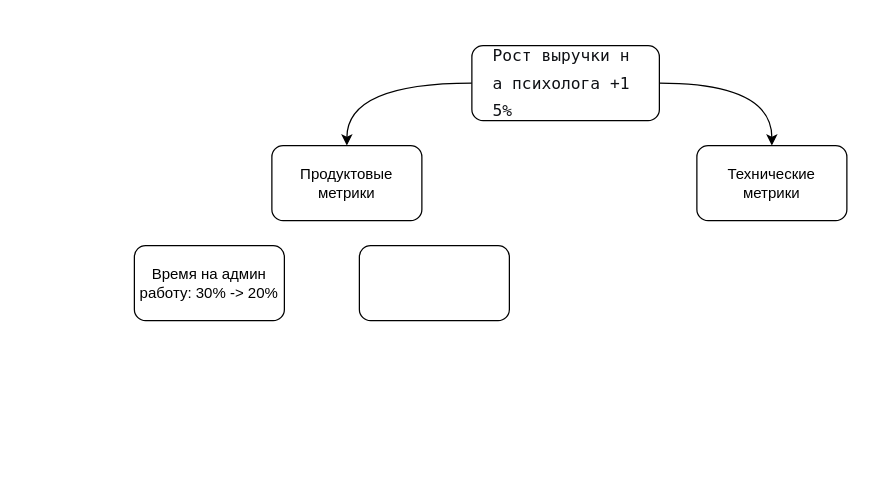
danaddi/draw.io keeps this draw.io diagram as aiboost.drawio. Above is the earlier version. Source tidied: cells renumbered, new cells numbered last; positions are measured from the earlier drawing's top-left corner, leaving out a move shared by most shapes. Both pictures are drawn from the tidied source at 125%, with x=0, y=0 at pixel (134, 45).
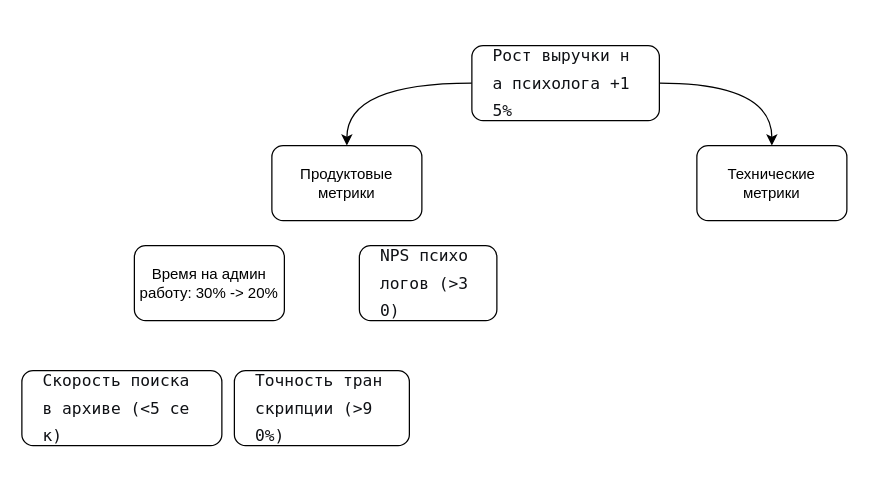
After the change.

Change to the diagram source:
```diff
@@
 <mxGraphModel>
   <root>
     <mxCell id="0" />
     <mxCell id="1" parent="0" />
     <mxCell id="2" style="edgeStyle=orthogonalEdgeStyle;rounded=0;jettySize=auto;html=1;entryX=0.5;entryY=0;entryDx=0;entryDy=0;curved=1;" parent="1" edge="1" source="4" target="5">
       <mxGeometry relative="1" as="geometry" />
     </mxCell>
     <mxCell id="3" style="edgeStyle=orthogonalEdgeStyle;rounded=0;jettySize=auto;html=1;entryX=0.5;entryY=0;entryDx=0;entryDy=0;curved=1;" parent="1" edge="1" source="4" target="6">
       <mxGeometry relative="1" as="geometry" />
     </mxCell>
     <mxCell id="4" value="&lt;pre style=&quot;font-variant-numeric: normal; font-variant-east-asian: normal; font-variant-alternates: normal; font-size-adjust: none; font-kerning: auto; font-optical-sizing: auto; font-feature-settings: normal; font-variation-settings: normal; font-variant-position: normal; font-variant-emoji: normal; font-stretch: normal; font-size: 13px; line-height: 22px; font-family: Menlo, Monaco, Consolas, &amp;quot;Cascadia Mono&amp;quot;, &amp;quot;Ubuntu Mono&amp;quot;, &amp;quot;DejaVu Sans Mono&amp;quot;, &amp;quot;Liberation Mono&amp;quot;, &amp;quot;JetBrains Mono&amp;quot;, &amp;quot;Fira Code&amp;quot;, Cousine, &amp;quot;Roboto Mono&amp;quot;, &amp;quot;Courier New&amp;quot;, Courier, sans-serif, system-ui; overflow: auto; text-wrap-mode: wrap; word-break: break-all; padding: 16px; color: rgb(15, 17, 21); text-align: start; margin: 0px !important;&quot;&gt;Рост выручки на психолога +15%&lt;/pre&gt;" style="rounded=1;whiteSpace=wrap;html=1;" parent="1" vertex="1">
       <mxGeometry x="270" width="150" height="60" as="geometry" />
     </mxCell>
     <mxCell id="5" value="Продуктовые метрики" style="rounded=1;whiteSpace=wrap;html=1;" parent="1" vertex="1">
       <mxGeometry x="110" y="80" width="120" height="60" as="geometry" />
     </mxCell>
     <mxCell id="6" value="Технические метрики" style="rounded=1;whiteSpace=wrap;html=1;" parent="1" vertex="1">
       <mxGeometry x="450" y="80" width="120" height="60" as="geometry" />
     </mxCell>
     <mxCell id="7" value="Время на админ работу: 30% -&amp;gt; 20%" style="rounded=1;whiteSpace=wrap;html=1;" parent="1" vertex="1">
       <mxGeometry y="160" width="120" height="60" as="geometry" />
     </mxCell>
-    <mxCell id="8" style="rounded=1;whiteSpace=wrap;html=1;" parent="1" vertex="1">
-      <mxGeometry x="180" y="160" width="120" height="60" as="geometry" />
+    <mxCell id="8" value="&lt;pre style=&quot;font-variant-numeric: normal; font-variant-east-asian: normal; font-variant-alternates: normal; font-size-adjust: none; font-kerning: auto; font-optical-sizing: auto; font-feature-settings: normal; font-variation-settings: normal; font-variant-position: normal; font-variant-emoji: normal; font-stretch: normal; font-size: 13px; line-height: 22px; font-family: Menlo, Monaco, Consolas, &amp;quot;Cascadia Mono&amp;quot;, &amp;quot;Ubuntu Mono&amp;quot;, &amp;quot;DejaVu Sans Mono&amp;quot;, &amp;quot;Liberation Mono&amp;quot;, &amp;quot;JetBrains Mono&amp;quot;, &amp;quot;Fira Code&amp;quot;, Cousine, &amp;quot;Roboto Mono&amp;quot;, &amp;quot;Courier New&amp;quot;, Courier, sans-serif, system-ui; overflow: auto; text-wrap-mode: wrap; word-break: break-all; padding: 16px; color: rgb(15, 17, 21); text-align: start; margin: 0px !important;&quot;&gt;NPS психологов (&amp;gt;30)&lt;/pre&gt;" style="rounded=1;whiteSpace=wrap;html=1;" parent="1" vertex="1">
+      <mxGeometry x="180" y="160" width="110" height="60" as="geometry" />
     </mxCell>
+    <mxCell id="9" value="&lt;pre style=&quot;font-variant-numeric: normal; font-variant-east-asian: normal; font-variant-alternates: normal; font-size-adjust: none; font-kerning: auto; font-optical-sizing: auto; font-feature-settings: normal; font-variation-settings: normal; font-variant-position: normal; font-variant-emoji: normal; font-stretch: normal; font-size: 13px; line-height: 22px; font-family: Menlo, Monaco, Consolas, &amp;quot;Cascadia Mono&amp;quot;, &amp;quot;Ubuntu Mono&amp;quot;, &amp;quot;DejaVu Sans Mono&amp;quot;, &amp;quot;Liberation Mono&amp;quot;, &amp;quot;JetBrains Mono&amp;quot;, &amp;quot;Fira Code&amp;quot;, Cousine, &amp;quot;Roboto Mono&amp;quot;, &amp;quot;Courier New&amp;quot;, Courier, sans-serif, system-ui; overflow: auto; text-wrap-mode: wrap; word-break: break-all; padding: 16px; color: rgb(15, 17, 21); text-align: start; margin: 0px !important;&quot;&gt;Скорость поиска  в архиве (&amp;lt;5 сек)&lt;/pre&gt;" style="rounded=1;whiteSpace=wrap;html=1;" parent="1" vertex="1">
+      <mxGeometry x="-90" y="260" width="160" height="60" as="geometry" />
+    </mxCell>
+    <mxCell id="10" value="&lt;pre style=&quot;font-variant-numeric: normal; font-variant-east-asian: normal; font-variant-alternates: normal; font-size-adjust: none; font-kerning: auto; font-optical-sizing: auto; font-feature-settings: normal; font-variation-settings: normal; font-variant-position: normal; font-variant-emoji: normal; font-stretch: normal; font-size: 13px; line-height: 22px; font-family: Menlo, Monaco, Consolas, &amp;quot;Cascadia Mono&amp;quot;, &amp;quot;Ubuntu Mono&amp;quot;, &amp;quot;DejaVu Sans Mono&amp;quot;, &amp;quot;Liberation Mono&amp;quot;, &amp;quot;JetBrains Mono&amp;quot;, &amp;quot;Fira Code&amp;quot;, Cousine, &amp;quot;Roboto Mono&amp;quot;, &amp;quot;Courier New&amp;quot;, Courier, sans-serif, system-ui; overflow: auto; text-wrap-mode: wrap; word-break: break-all; padding: 16px; color: rgb(15, 17, 21); text-align: start; margin: 0px !important;&quot;&gt;Точность транскрипции (&amp;gt;90%)&lt;/pre&gt;" style="rounded=1;whiteSpace=wrap;html=1;" parent="1" vertex="1">
+      <mxGeometry x="80" y="260" width="140" height="60" as="geometry" />
+    </mxCell>
   </root>
 </mxGraphModel>
```
